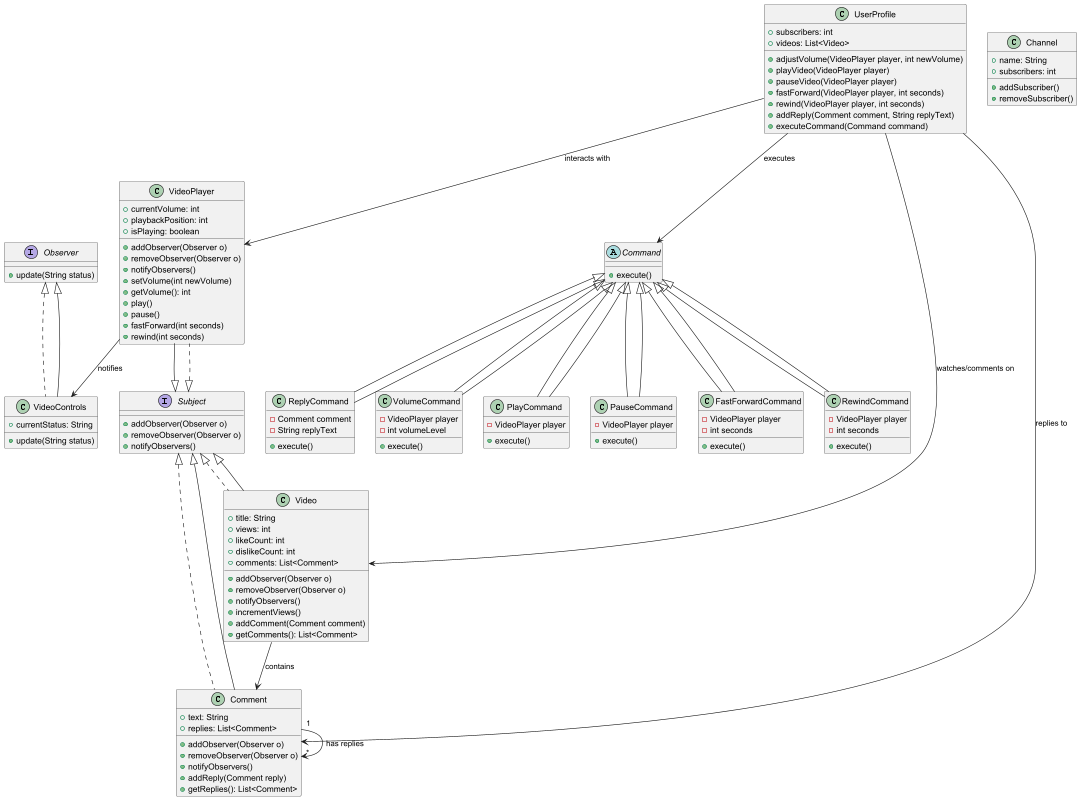
The PlantUML diagram src/CS5800/Diagram_Figures/Class_Diagram.png in DanielVAppel/CS5800Quiz3_UML_ClassandActivityDiagrams, before a commit.
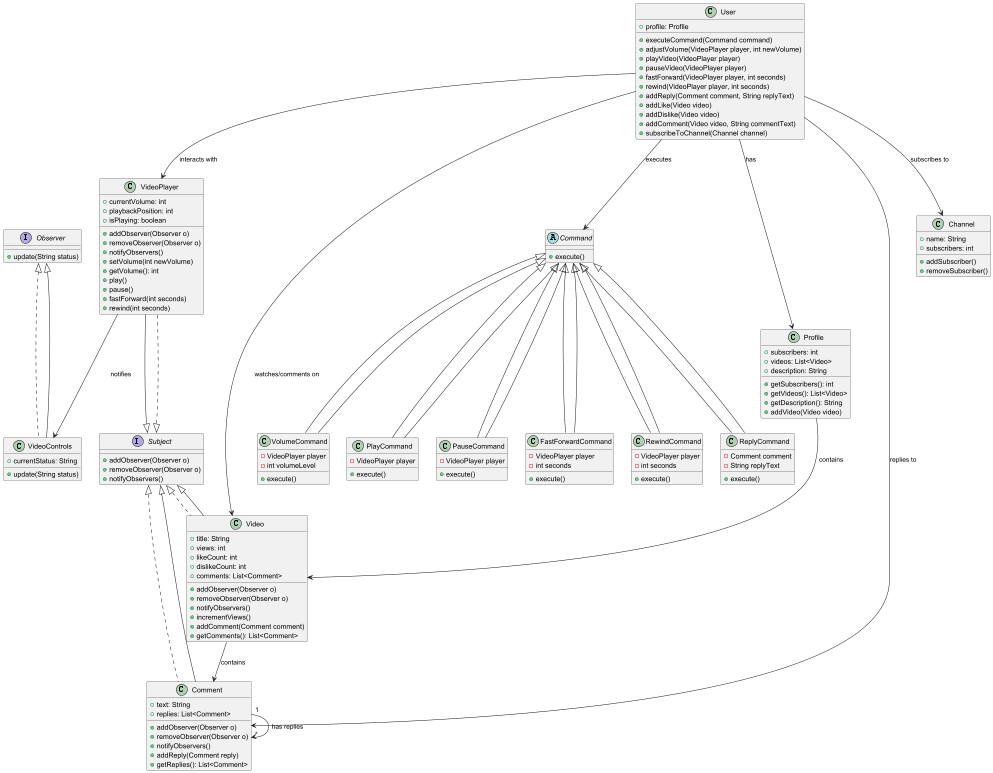
Above is the later version.

Change to the diagram source:
```diff
@@ -9,16 +9,29 @@
     + notifyObservers()
 }
 
-class UserProfile {
-    + subscribers: int
-    + videos: List<Video>
+class User {
+    + profile: Profile
+    + executeCommand(Command command)
     + adjustVolume(VideoPlayer player, int newVolume)
     + playVideo(VideoPlayer player)
     + pauseVideo(VideoPlayer player)
     + fastForward(VideoPlayer player, int seconds)
     + rewind(VideoPlayer player, int seconds)
     + addReply(Comment comment, String replyText)
-    + executeCommand(Command command)
+    + addLike(Video video)
+    + addDislike(Video video)
+    + addComment(Video video, String commentText)
+    + subscribeToChannel(Channel channel)
+}
+
+class Profile {
+    + subscribers: int
+    + videos: List<Video>
+    + description: String
+    + getSubscribers(): int
+    + getVideos(): List<Video>
+    + getDescription(): String
+    + addVideo(Video video)
 }
 
 class VideoPlayer implements Subject {
@@ -110,16 +123,19 @@
     + removeSubscriber()
 }
 
-UserProfile --> Command : executes
+User --> Command : executes
+User --> VideoPlayer : interacts with
+User --> Video : watches/comments on
+User --> Comment : replies to
+User --> Channel : subscribes to
+User --> Profile : has
+Profile --> Video : contains
 Command <|-- VolumeCommand
 Command <|-- PlayCommand
 Command <|-- PauseCommand
 Command <|-- FastForwardCommand
 Command <|-- RewindCommand
 Command <|-- ReplyCommand
-UserProfile --> VideoPlayer : interacts with
-UserProfile --> Video : watches/comments on
-UserProfile --> Comment : replies to
 VideoPlayer -down-|> Subject
 Video -down-|> Subject
 Comment -down-|> Subject
```
